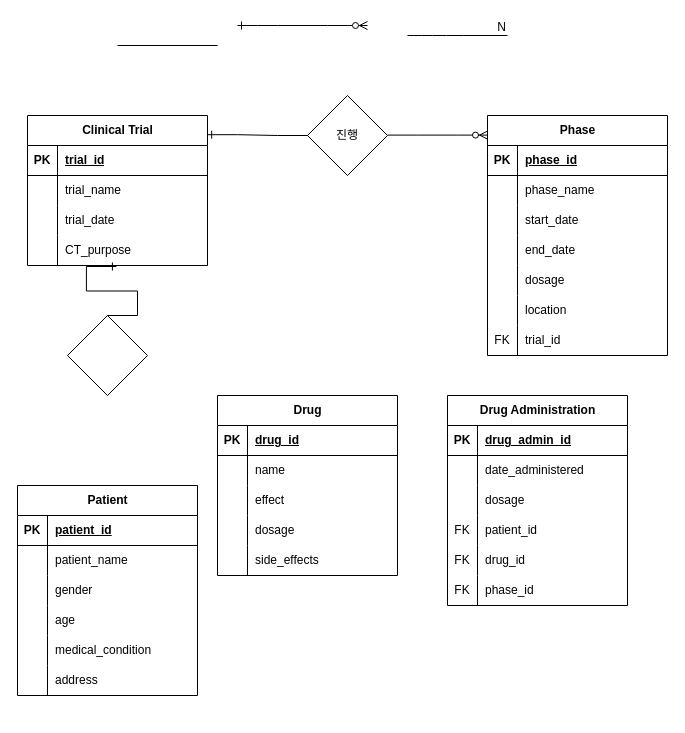
Above: 제목 없는 다이어그램.drawio in Daon312/githubtest (draw.io), before the change. Source tidied: cells renumbered, new cells numbered last; positions are measured from the earlier drawing's top-left corner, leaving out a move shared by most shapes. Both pictures are drawn from the tidied source at 100%, with x=0, y=0 at pixel (17, 25).
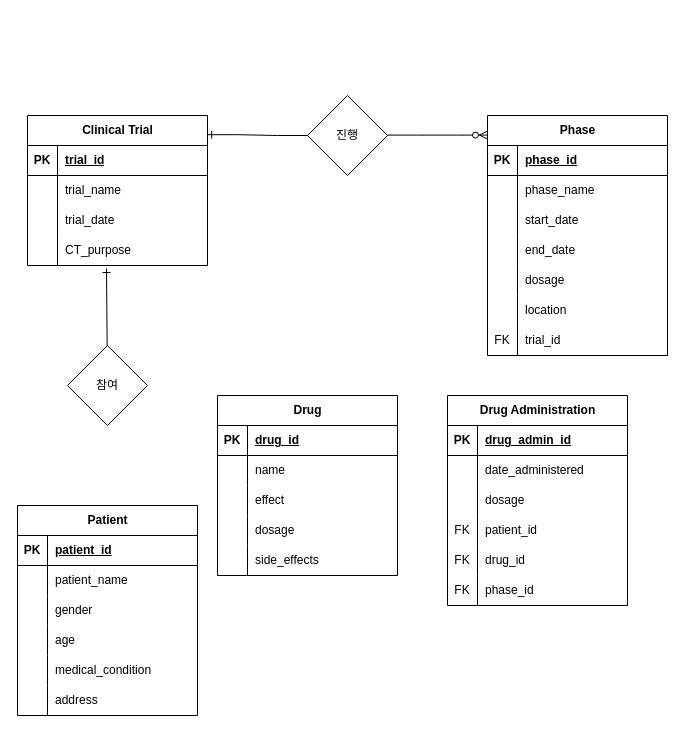
The same page after the edit.

Commit message:
제목 없는 다이어그램.drawio 업데이트

The change refers to these unchanged cells:
```xml
<mxCell id="13" style="shape=tableRow;horizontal=0;startSize=0;swimlaneHead=0;swimlaneBody=0;fillColor=none;points=[[0,0.5],[1,0.5]];portConstraint=eastwest;top=0;left=0;right=0;bottom=0;" parent="3" vertex="1">
  <mxGeometry y="120" width="180" height="30" as="geometry" />
</mxCell>
```

What changed in the source:
```diff
@@
-    <mxCell id="2" style="edgeStyle=entityRelationEdgeStyle;endArrow=ERzeroToMany;startArrow=ERone;endFill=1;startFill=0;" parent="1" edge="1">
-      <mxGeometry relative="1" as="geometry">
-        <mxPoint x="220" as="sourcePoint" />
-        <mxPoint x="350" as="targetPoint" />
-      </mxGeometry>
-    </mxCell>
@@
     <mxCell id="38" value="Patient" style="shape=table;startSize=30;childLayout=tableLayout;rowLines=0;fontStyle=1;align=center;html=1;" parent="1" vertex="1">
-      <mxGeometry y="460" width="180" height="210" as="geometry" />
+      <mxGeometry y="480" width="180" height="210" as="geometry" />
     </mxCell>
@@
-    <mxCell id="92" style="endArrow=none;html=1;rounded=0;fontSize=12;startSize=8;endSize=8;curved=1;" parent="1" edge="1">
-      <mxGeometry relative="1" as="geometry">
-        <mxPoint x="390" y="10" as="sourcePoint" />
-        <mxPoint x="490" y="10" as="targetPoint" />
-      </mxGeometry>
-    </mxCell>
-    <mxCell id="93" value="N" style="html=1;whiteSpace=wrap;align=right;verticalAlign=bottom;" parent="92" vertex="1">
-      <mxGeometry x="1" relative="1" as="geometry" />
-    </mxCell>
@@
-    <mxCell id="95" style="endArrow=none;html=1;rounded=0;" parent="1" edge="1">
-      <mxGeometry relative="1" as="geometry">
-        <mxPoint x="100" y="20" as="sourcePoint" />
-        <mxPoint x="200" y="20" as="targetPoint" />
-      </mxGeometry>
-    </mxCell>
@@
-    <mxCell id="98" style="rhombus;whiteSpace=wrap;html=1;" parent="1" vertex="1">
-      <mxGeometry x="50" y="290" width="80" height="80" as="geometry" />
+    <mxCell id="98" value="참여" style="rhombus;whiteSpace=wrap;html=1;" parent="1" vertex="1">
+      <mxGeometry x="50" y="320" width="80" height="80" as="geometry" />
     </mxCell>
-    <mxCell id="99" style="edgeStyle=entityRelationEdgeStyle;fontSize=12;html=1;endArrow=ERone;endFill=1;rounded=0;entryX=0.494;entryY=1.033;entryDx=0;entryDy=0;entryPerimeter=0;exitX=0.5;exitY=0;exitDx=0;exitDy=0;" parent="1" edge="1" source="98" target="13">
+    <mxCell id="99" style="fontSize=12;html=1;endArrow=ERone;endFill=1;rounded=0;entryX=0.439;entryY=1.1;entryDx=0;entryDy=0;entryPerimeter=0;" parent="1" edge="1" source="98" target="13">
       <mxGeometry relative="1" as="geometry" />
     </mxCell>
```
